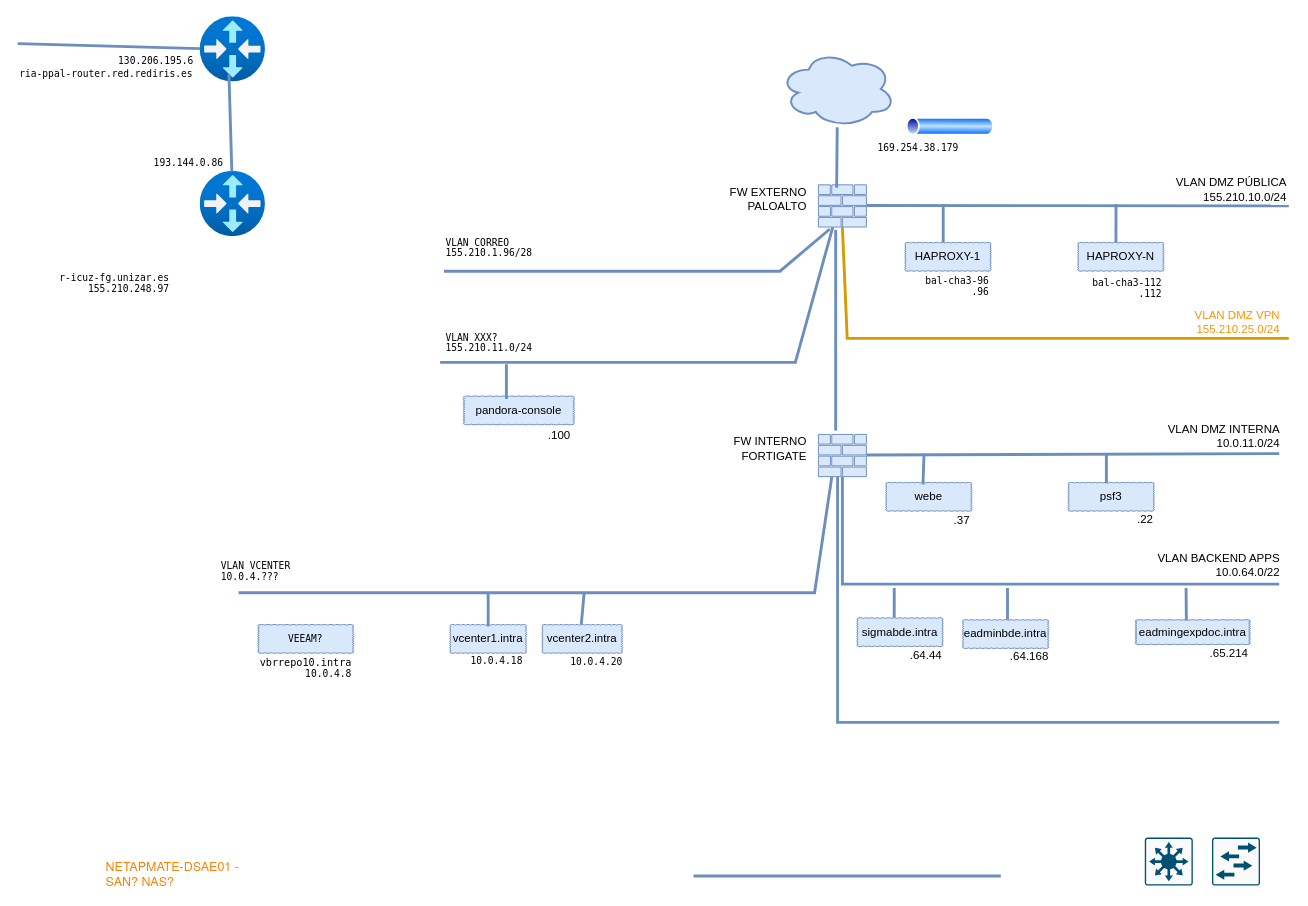
The draw.io diagram drawings/Red-unizar.drawio in miguel-martin/drawio, before the edit. Source tidied: cells renumbered, new cells numbered last; positions are measured from the earlier drawing's top-left corner, leaving out a move shared by most shapes. Both pictures are drawn from the tidied source at 96%, with x=0, y=0 at pixel (17, 16). Pictures stored in the file or linked from it are replaced by grey dashed boxes.
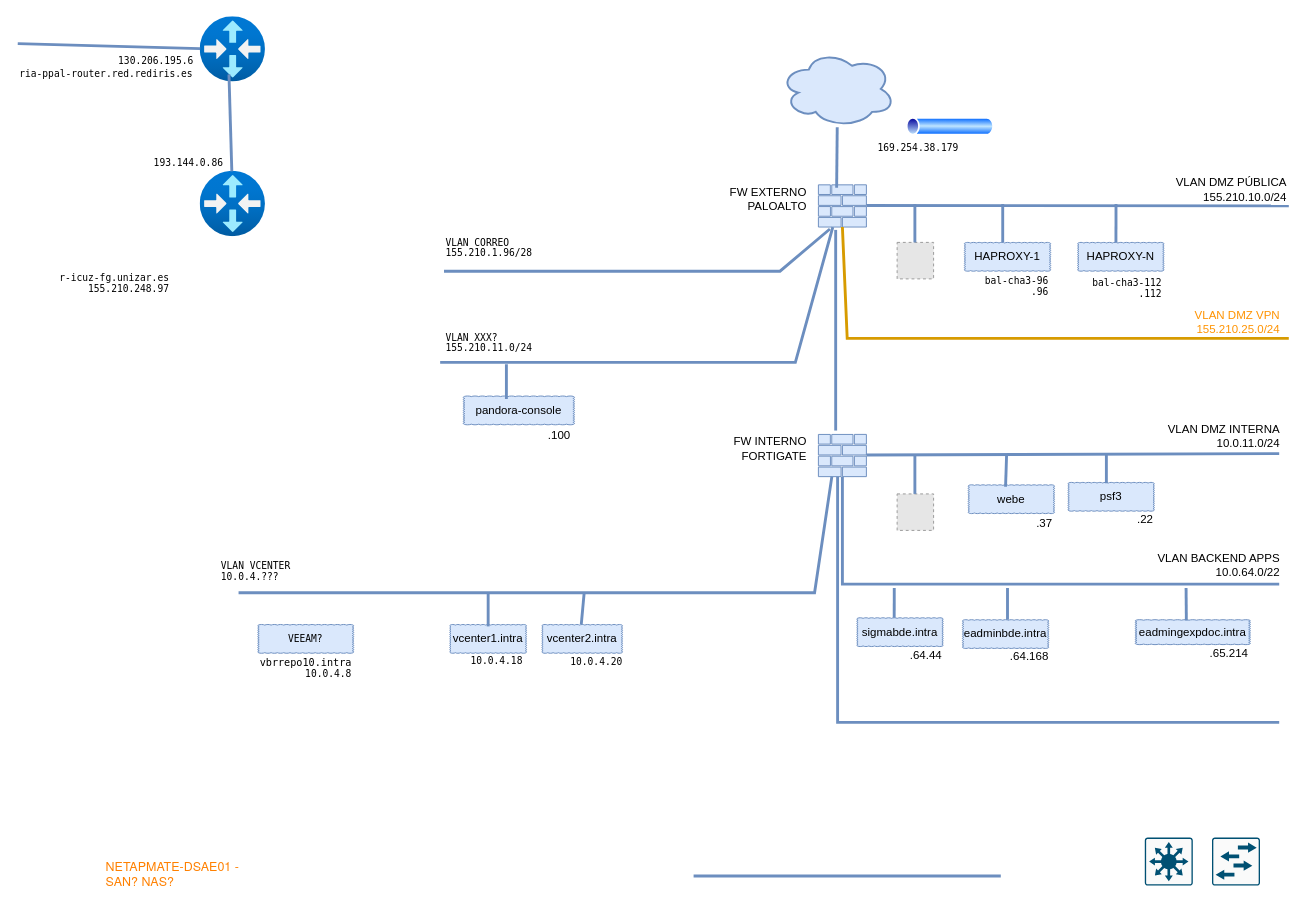
The same diagram, later.

Commit message:
Añadir sonda en dmz int y ex - actualizar Red-unizar.drawio

What changed in the source:
```diff
@@
     <mxCell id="14" value="HAPROXY-1" style="whiteSpace=wrap;html=1;shape=mxgraph.basic.cloud_rect;fillColor=#dae8fc;strokeColor=#6c8ebf;" parent="1" vertex="1">
-      <mxGeometry x="924" y="235" width="90" height="30" as="geometry" />
+      <mxGeometry x="986" y="235" width="90" height="30" as="geometry" />
     </mxCell>
     <mxCell id="15" style="endArrow=none;html=1;rounded=0;strokeWidth=3;fillColor=#dae8fc;strokeColor=#6c8ebf;" parent="1" edge="1">
       <mxGeometry relative="1" as="geometry">
-        <mxPoint x="964" y="235" as="sourcePoint" />
-        <mxPoint x="964" y="195" as="targetPoint" />
+        <mxPoint x="1026" y="235" as="sourcePoint" />
+        <mxPoint x="1026" y="195" as="targetPoint" />
       </mxGeometry>
     </mxCell>
@@
     <mxCell id="39" value="webe" style="whiteSpace=wrap;html=1;shape=mxgraph.basic.cloud_rect;fillColor=#dae8fc;strokeColor=#6c8ebf;" parent="1" vertex="1">
-      <mxGeometry x="904" y="485" width="90" height="30" as="geometry" />
+      <mxGeometry x="990" y="487.5" width="90" height="30" as="geometry" />
     </mxCell>
@@
     <mxCell id="47" style="endArrow=none;html=1;rounded=0;strokeWidth=3;fillColor=#dae8fc;strokeColor=#6c8ebf;entryX=0.433;entryY=0.067;entryDx=0;entryDy=0;entryPerimeter=0;" parent="1" edge="1" target="39">
       <mxGeometry relative="1" as="geometry">
-        <mxPoint x="944" y="455" as="sourcePoint" />
+        <mxPoint x="1030" y="457.5" as="sourcePoint" />
       </mxGeometry>
     </mxCell>
     <mxCell id="48" value="&lt;div&gt;.37&lt;br&gt;&lt;/div&gt;" style="text;strokeColor=none;align=right;fillColor=none;html=1;verticalAlign=middle;whiteSpace=wrap;rounded=0;" parent="1" vertex="1">
-      <mxGeometry x="954" y="510" width="40" height="30" as="geometry" />
+      <mxGeometry x="1040" y="512.5" width="40" height="30" as="geometry" />
     </mxCell>
@@
     <mxCell id="51" value="&lt;p style=&quot;margin: 0.0px 0.0px 0.0px 0.0px; font: 10.0px Menlo; color: #000000&quot;&gt;&lt;span style=&quot;font-variant-ligatures: no-common-ligatures&quot;&gt;bal-cha3-96&lt;/span&gt;&lt;/p&gt;&lt;p style=&quot;margin: 0.0px 0.0px 0.0px 0.0px; font: 10.0px Menlo; color: #000000&quot;&gt;&lt;span style=&quot;font-variant-ligatures: no-common-ligatures&quot;&gt;.96&lt;/span&gt;&lt;/p&gt;" style="text;whiteSpace=wrap;html=1;align=right;" parent="1" vertex="1">
-      <mxGeometry x="879" y="263" width="135" height="40" as="geometry" />
+      <mxGeometry x="941" y="263" width="135" height="40" as="geometry" />
     </mxCell>
@@
+    <mxCell id="71" style="fillColor=#E6E6E6;strokeColor=#999999;dashed=1;html=1;verticalAlign=top;verticalLabelPosition=bottom;labelBackgroundColor=#ffffff;" parent="1" vertex="1">
+      <mxGeometry x="916" y="235" width="38" height="38" as="geometry" />
+    </mxCell>
+    <mxCell id="72" style="endArrow=none;html=1;rounded=0;strokeWidth=3;fillColor=#dae8fc;strokeColor=#6c8ebf;" parent="1" edge="1">
+      <mxGeometry relative="1" as="geometry">
+        <mxPoint x="934.5" y="235" as="sourcePoint" />
+        <mxPoint x="934.5" y="195" as="targetPoint" />
+      </mxGeometry>
+    </mxCell>
+    <mxCell id="73" style="fillColor=#E6E6E6;strokeColor=#999999;dashed=1;html=1;verticalAlign=top;verticalLabelPosition=bottom;labelBackgroundColor=#ffffff;" parent="1" vertex="1">
+      <mxGeometry x="916" y="497" width="38" height="38" as="geometry" />
+    </mxCell>
+    <mxCell id="74" style="endArrow=none;html=1;rounded=0;strokeWidth=3;fillColor=#dae8fc;strokeColor=#6c8ebf;" parent="1" edge="1">
+      <mxGeometry relative="1" as="geometry">
+        <mxPoint x="934.5" y="497" as="sourcePoint" />
+        <mxPoint x="934.5" y="457" as="targetPoint" />
+      </mxGeometry>
+    </mxCell>
```
